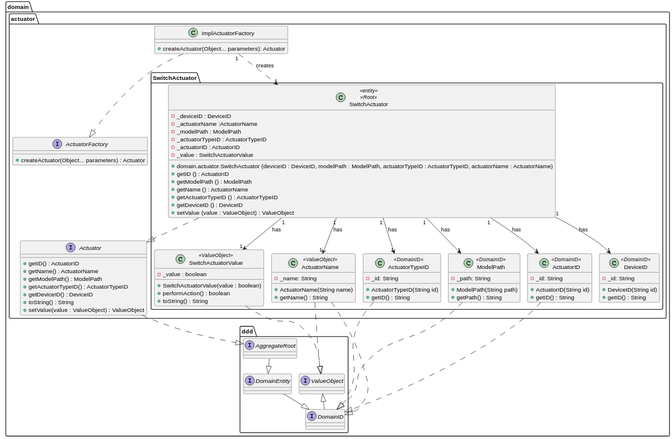
Earlier version of the PlantUML export docs/userStories/us13/artifacts/US13CD.svg (olivDiogo/SmartHome).
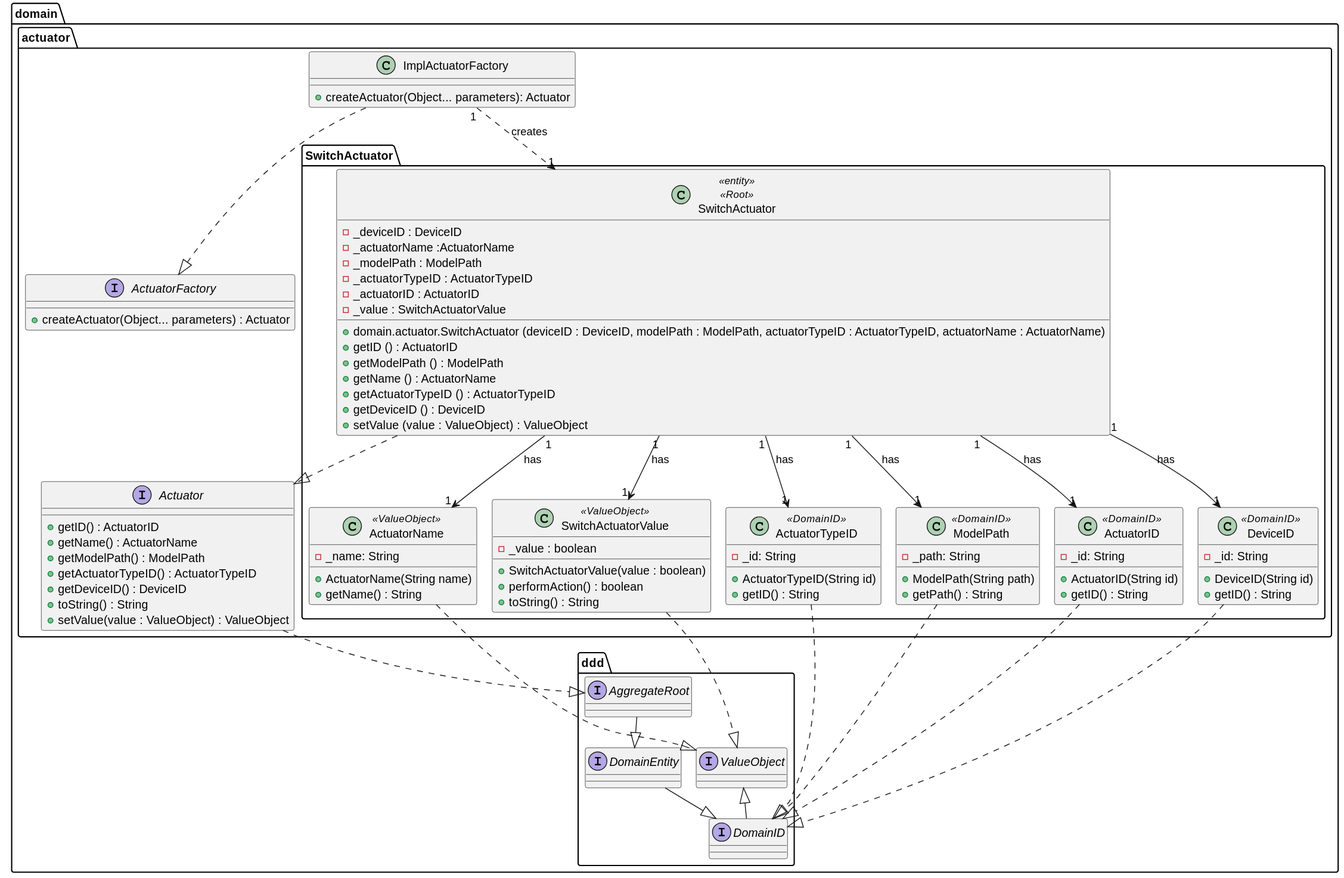
After the change.

What changed in the source:
```diff
@@ -120,5 +120,5 @@
 ActuatorTypeID ..|> domain.ddd.DomainID
 ActuatorID ..|> domain.ddd.DomainID
 ModelPath ..|> domain.ddd.DomainID
-ActuatorName ..|> domain.ddd.DomainID
+DeviceID ..|> domain.ddd.DomainID
 @enduml
```
